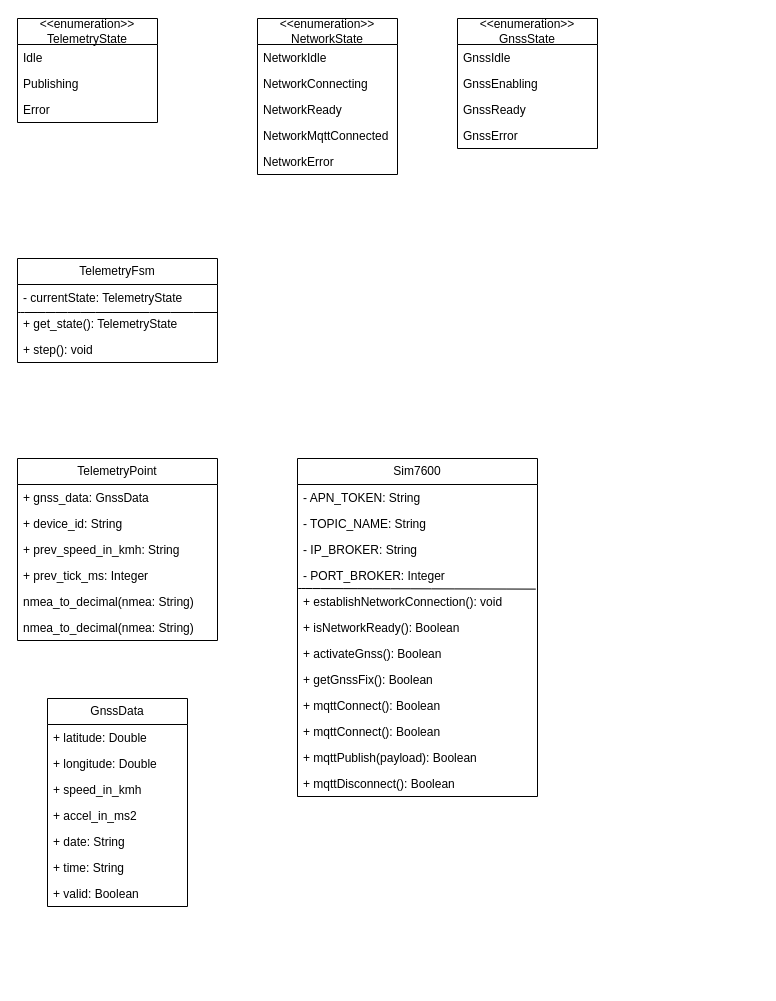
Earlier version of the draw.io diagram Untitled Diagram.drawio (roger9867/FleetControl). Source tidied: cells renumbered, new cells numbered last; positions are measured from the earlier drawing's top-left corner, leaving out a move shared by most shapes. Both pictures are drawn from the tidied source at 100%, with x=0, y=0 at pixel (17, 18).
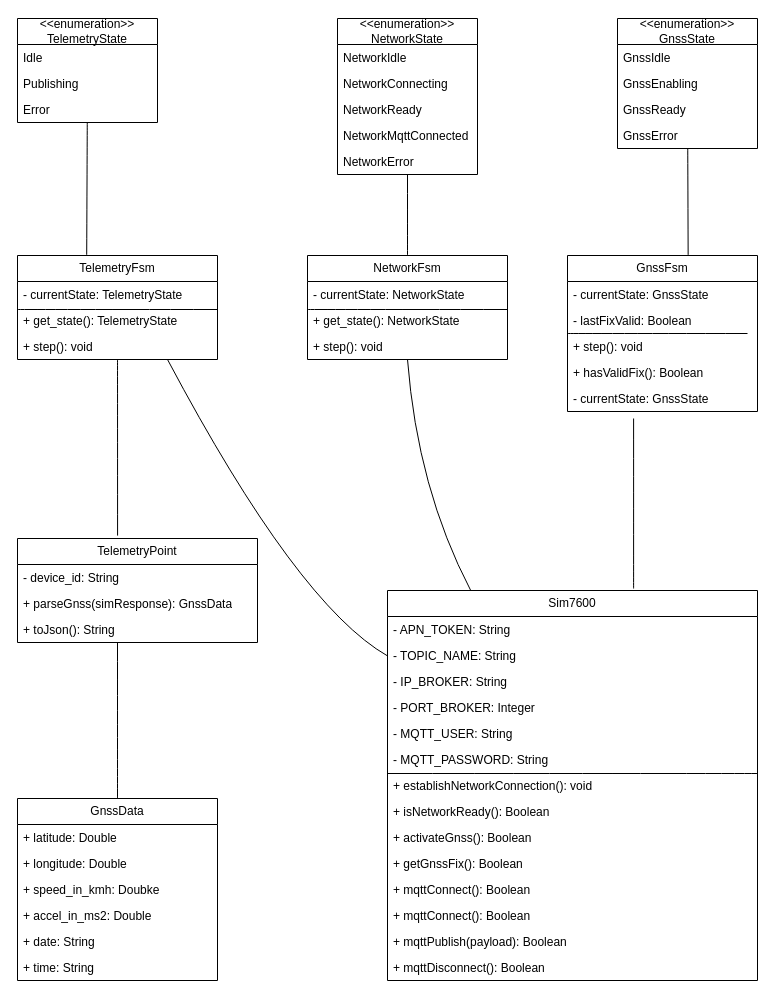
After the change.

The change refers to these unchanged cells:
```xml
<mxCell id="13" value="&amp;lt;&amp;lt;enumeration&amp;gt;&amp;gt;&lt;div&gt;TelemetryState&lt;/div&gt;" style="swimlane;fontStyle=0;horizontal=1;startSize=26;fillColor=none;whiteSpace=wrap;html=1;" parent="1" vertex="1">
  <mxGeometry width="140" height="104" as="geometry" />
</mxCell>
```

What changed in the source:
```diff
@@
     <mxCell id="2" value="&amp;lt;&amp;lt;enumeration&amp;gt;&amp;gt;&lt;div&gt;GnssState&lt;/div&gt;" style="swimlane;fontStyle=0;horizontal=1;startSize=26;fillColor=none;whiteSpace=wrap;html=1;" parent="1" vertex="1">
-      <mxGeometry x="440" width="140" height="130" as="geometry" />
+      <mxGeometry x="600" width="140" height="130" as="geometry" />
     </mxCell>
@@
     <mxCell id="7" value="&amp;lt;&amp;lt;enumeration&amp;gt;&amp;gt;&lt;div&gt;NetworkState&lt;/div&gt;" style="swimlane;fontStyle=0;horizontal=1;startSize=26;fillColor=none;whiteSpace=wrap;html=1;" parent="1" vertex="1">
-      <mxGeometry x="240" width="140" height="156" as="geometry" />
+      <mxGeometry x="320" width="140" height="156" as="geometry" />
     </mxCell>
@@
     <mxCell id="17" value="TelemetryPoint" style="swimlane;fontStyle=0;horizontal=1;startSize=26;fillColor=none;whiteSpace=wrap;html=1;" parent="1" vertex="1">
-      <mxGeometry y="440" width="200" height="182" as="geometry" />
+      <mxGeometry y="520" width="240" height="104" as="geometry" />
     </mxCell>
-    <mxCell id="18" value="+ gnss_data: GnssData" style="text;strokeColor=none;fillColor=none;align=left;verticalAlign=top;spacingLeft=4;spacingRight=4;overflow=hidden;whiteSpace=wrap;html=1;" parent="17" vertex="1">
-      <mxGeometry y="26" width="200" height="26" as="geometry" />
-    </mxCell>
-    <mxCell id="19" value="+ device_id: String" style="text;strokeColor=none;fillColor=none;align=left;verticalAlign=top;spacingLeft=4;spacingRight=4;overflow=hidden;whiteSpace=wrap;html=1;" parent="17" vertex="1">
-      <mxGeometry y="52" width="200" height="26" as="geometry" />
+    <mxCell id="19" value="- device_id: String" style="text;strokeColor=none;fillColor=none;align=left;verticalAlign=top;spacingLeft=4;spacingRight=4;overflow=hidden;whiteSpace=wrap;html=1;" parent="17" vertex="1">
+      <mxGeometry y="26" width="240" height="26" as="geometry" />
     </mxCell>
-    <mxCell id="20" value="+ prev_speed_in_kmh: String" style="text;strokeColor=none;fillColor=none;align=left;verticalAlign=top;spacingLeft=4;spacingRight=4;overflow=hidden;whiteSpace=wrap;html=1;" parent="17" vertex="1">
-      <mxGeometry y="78" width="200" height="26" as="geometry" />
-    </mxCell>
-    <mxCell id="21" value="+ prev_tick_ms: Integer" style="text;strokeColor=none;fillColor=none;align=left;verticalAlign=top;spacingLeft=4;spacingRight=4;overflow=hidden;whiteSpace=wrap;html=1;" parent="17" vertex="1">
-      <mxGeometry y="104" width="200" height="26" as="geometry" />
-    </mxCell>
-    <mxCell id="22" value="nmea_to_decimal(nmea: String)" style="text;strokeColor=none;fillColor=none;align=left;verticalAlign=top;spacingLeft=4;spacingRight=4;overflow=hidden;whiteSpace=wrap;html=1;" parent="17" vertex="1">
-      <mxGeometry y="130" width="200" height="26" as="geometry" />
-    </mxCell>
-    <mxCell id="23" value="nmea_to_decimal(nmea: String)" style="text;strokeColor=none;fillColor=none;align=left;verticalAlign=top;spacingLeft=4;spacingRight=4;overflow=hidden;whiteSpace=wrap;html=1;" parent="17" vertex="1">
-      <mxGeometry y="156" width="200" height="26" as="geometry" />
-    </mxCell>
+    <mxCell id="51" value="+ parseGnss(simResponse): GnssData" style="text;strokeColor=none;fillColor=none;align=left;verticalAlign=top;spacingLeft=4;spacingRight=4;overflow=hidden;whiteSpace=wrap;html=1;" parent="17" vertex="1">
+      <mxGeometry y="52" width="240" height="26" as="geometry" />
+    </mxCell>
+    <mxCell id="52" value="+ toJson(): String" style="text;strokeColor=none;fillColor=none;align=left;verticalAlign=top;spacingLeft=4;spacingRight=4;overflow=hidden;whiteSpace=wrap;html=1;" parent="17" vertex="1">
+      <mxGeometry y="78" width="240" height="26" as="geometry" />
+    </mxCell>
+    <mxCell id="53" style="edgeStyle=none;curved=1;rounded=0;jettySize=auto;html=1;fontSize=12;startSize=8;endSize=8;endArrow=none;endFill=0;" parent="1" edge="1" source="24">
+      <mxGeometry relative="1" as="geometry">
+        <mxPoint x="100" y="624" as="targetPoint" />
+      </mxGeometry>
+    </mxCell>
     <mxCell id="24" value="GnssData" style="swimlane;fontStyle=0;horizontal=1;startSize=26;fillColor=none;whiteSpace=wrap;html=1;" parent="1" vertex="1">
-      <mxGeometry x="30" y="680" width="140" height="208" as="geometry" />
+      <mxGeometry y="780" width="200" height="182" as="geometry" />
     </mxCell>
     <mxCell id="25" value="+ latitude: Double" style="text;strokeColor=none;fillColor=none;align=left;verticalAlign=top;spacingLeft=4;spacingRight=4;overflow=hidden;whiteSpace=wrap;html=1;" parent="24" vertex="1">
-      <mxGeometry y="26" width="140" height="26" as="geometry" />
+      <mxGeometry y="26" width="200" height="26" as="geometry" />
     </mxCell>
     <mxCell id="26" value="+ longitude: Double" style="text;strokeColor=none;fillColor=none;align=left;verticalAlign=top;spacingLeft=4;spacingRight=4;overflow=hidden;whiteSpace=wrap;html=1;" parent="24" vertex="1">
-      <mxGeometry y="52" width="140" height="26" as="geometry" />
+      <mxGeometry y="52" width="200" height="26" as="geometry" />
     </mxCell>
-    <mxCell id="27" value="+ speed_in_kmh" style="text;strokeColor=none;fillColor=none;align=left;verticalAlign=top;spacingLeft=4;spacingRight=4;overflow=hidden;whiteSpace=wrap;html=1;" parent="24" vertex="1">
-      <mxGeometry y="78" width="140" height="26" as="geometry" />
+    <mxCell id="27" value="+ speed_in_kmh: Doubke" style="text;strokeColor=none;fillColor=none;align=left;verticalAlign=top;spacingLeft=4;spacingRight=4;overflow=hidden;whiteSpace=wrap;html=1;" parent="24" vertex="1">
+      <mxGeometry y="78" width="200" height="26" as="geometry" />
     </mxCell>
-    <mxCell id="28" value="+ accel_in_ms2" style="text;strokeColor=none;fillColor=none;align=left;verticalAlign=top;spacingLeft=4;spacingRight=4;overflow=hidden;whiteSpace=wrap;html=1;" parent="24" vertex="1">
-      <mxGeometry y="104" width="140" height="26" as="geometry" />
+    <mxCell id="28" value="+ accel_in_ms2: Double" style="text;strokeColor=none;fillColor=none;align=left;verticalAlign=top;spacingLeft=4;spacingRight=4;overflow=hidden;whiteSpace=wrap;html=1;" parent="24" vertex="1">
+      <mxGeometry y="104" width="200" height="26" as="geometry" />
     </mxCell>
     <mxCell id="29" value="+ date: String" style="text;strokeColor=none;fillColor=none;align=left;verticalAlign=top;spacingLeft=4;spacingRight=4;overflow=hidden;whiteSpace=wrap;html=1;" parent="24" vertex="1">
-      <mxGeometry y="130" width="140" height="26" as="geometry" />
+      <mxGeometry y="130" width="200" height="26" as="geometry" />
     </mxCell>
     <mxCell id="30" value="+ time: String" style="text;strokeColor=none;fillColor=none;align=left;verticalAlign=top;spacingLeft=4;spacingRight=4;overflow=hidden;whiteSpace=wrap;html=1;" parent="24" vertex="1">
-      <mxGeometry y="156" width="140" height="26" as="geometry" />
+      <mxGeometry y="156" width="200" height="26" as="geometry" />
     </mxCell>
-    <mxCell id="31" value="+ valid: Boolean" style="text;strokeColor=none;fillColor=none;align=left;verticalAlign=top;spacingLeft=4;spacingRight=4;overflow=hidden;whiteSpace=wrap;html=1;" parent="24" vertex="1">
-      <mxGeometry y="182" width="140" height="26" as="geometry" />
-    </mxCell>
     <mxCell id="32" value="TelemetryFsm" style="swimlane;fontStyle=0;horizontal=1;startSize=26;fillColor=none;whiteSpace=wrap;html=1;" parent="1" vertex="1">
-      <mxGeometry y="240" width="200" height="104" as="geometry" />
+      <mxGeometry y="237" width="200" height="104" as="geometry" />
     </mxCell>
@@
+    <mxCell id="54" style="edgeStyle=none;curved=1;rounded=0;jettySize=auto;html=1;fontSize=12;startSize=8;endSize=8;entryX=0.5;entryY=1;entryDx=0;entryDy=0;endArrow=none;endFill=0;" parent="1" edge="1" source="37" target="59">
+      <mxGeometry relative="1" as="geometry">
+        <Array as="points">
+          <mxPoint x="400" y="470" />
+        </Array>
+      </mxGeometry>
+    </mxCell>
+    <mxCell id="55" style="edgeStyle=none;curved=1;rounded=0;jettySize=auto;html=1;entryX=0.75;entryY=1;entryDx=0;entryDy=0;fontSize=12;startSize=8;endSize=8;endArrow=none;endFill=0;" parent="1" edge="1" target="32">
+      <mxGeometry relative="1" as="geometry">
+        <mxPoint x="370" y="637.4" as="sourcePoint" />
+        <Array as="points">
+          <mxPoint x="280" y="586" />
+        </Array>
+      </mxGeometry>
+    </mxCell>
     <mxCell id="37" value="Sim7600" style="swimlane;fontStyle=0;horizontal=1;startSize=26;fillColor=none;whiteSpace=wrap;html=1;" parent="1" vertex="1">
-      <mxGeometry x="280" y="440" width="240" height="338" as="geometry" />
+      <mxGeometry x="370" y="572" width="370" height="390" as="geometry" />
     </mxCell>
     <mxCell id="38" value="- APN_TOKEN: String" style="text;strokeColor=none;fillColor=none;align=left;verticalAlign=top;spacingLeft=4;spacingRight=4;overflow=hidden;whiteSpace=wrap;html=1;" parent="37" vertex="1">
-      <mxGeometry y="26" width="240" height="26" as="geometry" />
+      <mxGeometry y="26" width="370" height="26" as="geometry" />
     </mxCell>
     <mxCell id="39" value="- TOPIC_NAME: String" style="text;strokeColor=none;fillColor=none;align=left;verticalAlign=top;spacingLeft=4;spacingRight=4;overflow=hidden;whiteSpace=wrap;html=1;" parent="37" vertex="1">
-      <mxGeometry y="52" width="240" height="26" as="geometry" />
+      <mxGeometry y="52" width="370" height="26" as="geometry" />
     </mxCell>
     <mxCell id="40" value="- IP_BROKER: String" style="text;strokeColor=none;fillColor=none;align=left;verticalAlign=top;spacingLeft=4;spacingRight=4;overflow=hidden;whiteSpace=wrap;html=1;" parent="37" vertex="1">
-      <mxGeometry y="78" width="240" height="26" as="geometry" />
+      <mxGeometry y="78" width="370" height="26" as="geometry" />
     </mxCell>
     <mxCell id="41" value="-&amp;nbsp;PORT_BROKER: Integer" style="text;strokeColor=none;fillColor=none;align=left;verticalAlign=top;spacingLeft=4;spacingRight=4;overflow=hidden;whiteSpace=wrap;html=1;" parent="37" vertex="1">
-      <mxGeometry y="104" width="240" height="26" as="geometry" />
+      <mxGeometry y="104" width="370" height="26" as="geometry" />
     </mxCell>
+    <mxCell id="56" value="- MQTT_USER: String" style="text;strokeColor=none;fillColor=none;align=left;verticalAlign=top;spacingLeft=4;spacingRight=4;overflow=hidden;whiteSpace=wrap;html=1;" parent="37" vertex="1">
+      <mxGeometry y="130" width="370" height="26" as="geometry" />
+    </mxCell>
+    <mxCell id="57" value="- MQTT_PASSWORD: String" style="text;strokeColor=none;fillColor=none;align=left;verticalAlign=top;spacingLeft=4;spacingRight=4;overflow=hidden;whiteSpace=wrap;html=1;" parent="37" vertex="1">
+      <mxGeometry y="156" width="370" height="26" as="geometry" />
+    </mxCell>
-    <mxCell id="42" style="endArrow=none;html=1;rounded=0;fontSize=12;startSize=8;endSize=8;curved=1;entryX=0.993;entryY=0.024;entryDx=0;entryDy=0;entryPerimeter=0;" parent="37" edge="1" target="43">
+    <mxCell id="42" style="endArrow=none;html=1;rounded=0;fontSize=12;startSize=8;endSize=8;curved=1;" parent="37" edge="1">
       <mxGeometry relative="1" as="geometry">
-        <mxPoint y="130" as="sourcePoint" />
+        <mxPoint x="370" y="183" as="sourcePoint" />
+        <mxPoint y="183" as="targetPoint" />
       </mxGeometry>
     </mxCell>
     <mxCell id="43" value="+ establishNetworkConnection(): void" style="text;strokeColor=none;fillColor=none;align=left;verticalAlign=top;spacingLeft=4;spacingRight=4;overflow=hidden;points=[[0,0.5],[1,0.5]];portConstraint=eastwest;whiteSpace=wrap;html=1;" parent="37" vertex="1">
-      <mxGeometry y="130" width="240" height="26" as="geometry" />
+      <mxGeometry y="182" width="370" height="26" as="geometry" />
     </mxCell>
     <mxCell id="44" value="+ isNetworkReady(): Boolean" style="text;strokeColor=none;fillColor=none;align=left;verticalAlign=top;spacingLeft=4;spacingRight=4;overflow=hidden;whiteSpace=wrap;html=1;" parent="37" vertex="1">
-      <mxGeometry y="156" width="240" height="26" as="geometry" />
+      <mxGeometry y="208" width="370" height="26" as="geometry" />
     </mxCell>
     <mxCell id="45" value="+ activateGnss(): Boolean" style="text;strokeColor=none;fillColor=none;align=left;verticalAlign=top;spacingLeft=4;spacingRight=4;overflow=hidden;whiteSpace=wrap;html=1;" parent="37" vertex="1">
-      <mxGeometry y="182" width="240" height="26" as="geometry" />
+      <mxGeometry y="234" width="370" height="26" as="geometry" />
     </mxCell>
     <mxCell id="46" value="+ getGnssFix(): Boolean" style="text;strokeColor=none;fillColor=none;align=left;verticalAlign=top;spacingLeft=4;spacingRight=4;overflow=hidden;whiteSpace=wrap;html=1;" parent="37" vertex="1">
-      <mxGeometry y="208" width="240" height="26" as="geometry" />
+      <mxGeometry y="260" width="370" height="26" as="geometry" />
     </mxCell>
     <mxCell id="47" value="+ mqttConnect(): Boolean" style="text;strokeColor=none;fillColor=none;align=left;verticalAlign=top;spacingLeft=4;spacingRight=4;overflow=hidden;whiteSpace=wrap;html=1;" parent="37" vertex="1">
-      <mxGeometry y="234" width="240" height="26" as="geometry" />
+      <mxGeometry y="286" width="370" height="26" as="geometry" />
     </mxCell>
     <mxCell id="48" value="+ mqttConnect(): Boolean" style="text;strokeColor=none;fillColor=none;align=left;verticalAlign=top;spacingLeft=4;spacingRight=4;overflow=hidden;whiteSpace=wrap;html=1;" parent="37" vertex="1">
-      <mxGeometry y="260" width="240" height="26" as="geometry" />
+      <mxGeometry y="312" width="370" height="26" as="geometry" />
     </mxCell>
     <mxCell id="49" value="+ mqttPublish(payload): Boolean" style="text;strokeColor=none;fillColor=none;align=left;verticalAlign=top;spacingLeft=4;spacingRight=4;overflow=hidden;whiteSpace=wrap;html=1;" parent="37" vertex="1">
-      <mxGeometry y="286" width="240" height="26" as="geometry" />
+      <mxGeometry y="338" width="370" height="26" as="geometry" />
     </mxCell>
     <mxCell id="50" value="+ mqttDisconnect(): Boolean" style="text;strokeColor=none;fillColor=none;align=left;verticalAlign=top;spacingLeft=4;spacingRight=4;overflow=hidden;whiteSpace=wrap;html=1;" parent="37" vertex="1">
-      <mxGeometry y="312" width="240" height="26" as="geometry" />
+      <mxGeometry y="364" width="370" height="26" as="geometry" />
     </mxCell>
+    <mxCell id="58" style="edgeStyle=none;curved=1;rounded=0;jettySize=auto;html=1;entryX=0.5;entryY=1;entryDx=0;entryDy=0;fontSize=12;startSize=8;endSize=8;endArrow=none;endFill=0;" parent="1" edge="1" source="59" target="7">
+      <mxGeometry relative="1" as="geometry" />
+    </mxCell>
+    <mxCell id="59" value="NetworkFsm" style="swimlane;fontStyle=0;horizontal=1;startSize=26;fillColor=none;whiteSpace=wrap;html=1;" parent="1" vertex="1">
+      <mxGeometry x="290" y="237" width="200" height="104" as="geometry" />
+    </mxCell>
+    <mxCell id="60" value="- currentState: NetworkState" style="text;strokeColor=none;fillColor=none;align=left;verticalAlign=top;spacingLeft=4;spacingRight=4;overflow=hidden;whiteSpace=wrap;html=1;" parent="59" vertex="1">
+      <mxGeometry y="26" width="200" height="26" as="geometry" />
+    </mxCell>
+    <mxCell id="61" style="endArrow=none;html=1;rounded=0;fontSize=12;startSize=8;endSize=8;curved=1;" parent="59" edge="1">
+      <mxGeometry relative="1" as="geometry">
+        <mxPoint y="54" as="sourcePoint" />
+        <mxPoint x="200" y="54" as="targetPoint" />
+      </mxGeometry>
+    </mxCell>
+    <mxCell id="62" value="+ get_state(): NetworkState" style="text;strokeColor=none;fillColor=none;align=left;verticalAlign=top;spacingLeft=4;spacingRight=4;overflow=hidden;whiteSpace=wrap;html=1;" parent="59" vertex="1">
+      <mxGeometry y="52" width="200" height="26" as="geometry" />
+    </mxCell>
+    <mxCell id="63" value="+ step(): void" style="text;strokeColor=none;fillColor=none;align=left;verticalAlign=top;spacingLeft=4;spacingRight=4;overflow=hidden;whiteSpace=wrap;html=1;" parent="59" vertex="1">
+      <mxGeometry y="78" width="200" height="26" as="geometry" />
+    </mxCell>
+    <mxCell id="64" value="GnssFsm" style="swimlane;fontStyle=0;horizontal=1;startSize=26;fillColor=none;whiteSpace=wrap;html=1;" parent="1" vertex="1">
+      <mxGeometry x="550" y="237" width="190" height="156" as="geometry" />
+    </mxCell>
+    <mxCell id="65" value="- currentState: GnssState" style="text;strokeColor=none;fillColor=none;align=left;verticalAlign=top;spacingLeft=4;spacingRight=4;overflow=hidden;whiteSpace=wrap;html=1;" parent="64" vertex="1">
+      <mxGeometry y="26" width="190" height="26" as="geometry" />
+    </mxCell>
+    <mxCell id="66" value="- lastFixValid: Boolean" style="text;strokeColor=none;fillColor=none;align=left;verticalAlign=top;spacingLeft=4;spacingRight=4;overflow=hidden;whiteSpace=wrap;html=1;" parent="64" vertex="1">
+      <mxGeometry y="52" width="190" height="26" as="geometry" />
+    </mxCell>
+    <mxCell id="67" style="endArrow=none;html=1;rounded=0;fontSize=12;startSize=8;endSize=8;curved=1;" parent="64" edge="1">
+      <mxGeometry relative="1" as="geometry">
+        <mxPoint y="78" as="sourcePoint" />
+        <mxPoint x="180" y="78" as="targetPoint" />
+      </mxGeometry>
+    </mxCell>
+    <mxCell id="68" value="+ step(): void" style="text;strokeColor=none;fillColor=none;align=left;verticalAlign=top;spacingLeft=4;spacingRight=4;overflow=hidden;whiteSpace=wrap;html=1;" parent="64" vertex="1">
+      <mxGeometry y="78" width="190" height="26" as="geometry" />
+    </mxCell>
+    <mxCell id="69" value="+ hasValidFix(): Boolean" style="text;strokeColor=none;fillColor=none;align=left;verticalAlign=top;spacingLeft=4;spacingRight=4;overflow=hidden;whiteSpace=wrap;html=1;" parent="64" vertex="1">
+      <mxGeometry y="104" width="190" height="26" as="geometry" />
+    </mxCell>
+    <mxCell id="70" value="- currentState: GnssState" style="text;strokeColor=none;fillColor=none;align=left;verticalAlign=top;spacingLeft=4;spacingRight=4;overflow=hidden;whiteSpace=wrap;html=1;" parent="64" vertex="1">
+      <mxGeometry y="130" width="190" height="26" as="geometry" />
+    </mxCell>
+    <mxCell id="71" style="edgeStyle=none;curved=1;rounded=0;jettySize=auto;html=1;entryX=0.417;entryY=-0.028;entryDx=0;entryDy=0;entryPerimeter=0;fontSize=12;startSize=8;endSize=8;endArrow=none;endFill=0;" parent="1" edge="1" source="32" target="17">
+      <mxGeometry relative="1" as="geometry" />
+    </mxCell>
+    <mxCell id="72" style="edgeStyle=none;curved=1;rounded=0;jettySize=auto;html=1;entryX=0.635;entryY=-0.004;entryDx=0;entryDy=0;entryPerimeter=0;fontSize=12;startSize=8;endSize=8;endArrow=none;endFill=0;" parent="1" edge="1" source="2" target="64">
+      <mxGeometry relative="1" as="geometry" />
+    </mxCell>
+    <mxCell id="73" style="edgeStyle=none;curved=1;rounded=0;orthogonalLoop=1;jettySize=auto;html=1;fontSize=12;startSize=8;endSize=8;endArrow=none;endFill=0;" parent="1" edge="1">
+      <mxGeometry relative="1" as="geometry">
+        <mxPoint x="616.1" y="570" as="sourcePoint" />
+        <mxPoint x="616.1" y="400" as="targetPoint" />
+      </mxGeometry>
+    </mxCell>
+    <mxCell id="74" style="edgeStyle=none;curved=1;rounded=0;jettySize=auto;html=1;fontSize=12;startSize=8;endSize=8;endArrow=none;endFill=0;" parent="1" edge="1" source="13">
+      <mxGeometry relative="1" as="geometry">
+        <mxPoint x="69.2" y="236.3" as="targetPoint" />
+      </mxGeometry>
+    </mxCell>
```
